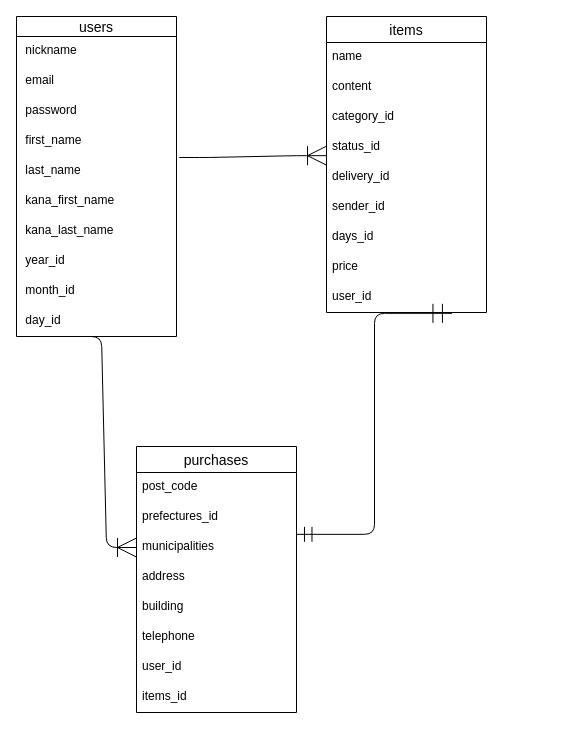
Above: furima.dio in YuyaAbe0331/furima-39120 (draw.io), before the change. Source tidied: cells renumbered, new cells numbered last; positions are measured from the earlier drawing's top-left corner, leaving out a move shared by most shapes. Both pictures are drawn from the tidied source at 100%, with x=0, y=0 at pixel (16, 16).
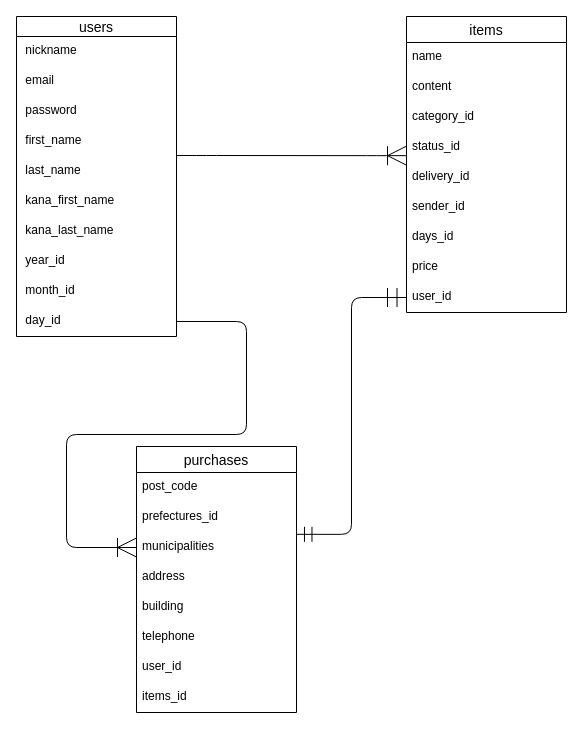
Above is the later version.

The change refers to these unchanged cells:
```xml
<mxCell id="7" value=" last_name " style="text;strokeColor=none;fillColor=none;spacingLeft=4;spacingRight=4;overflow=hidden;points=[[0,0.5],[1,0.5]];portConstraint=eastwest;fontSize=12;" parent="2" vertex="1">
  <mxGeometry y="140" width="160" height="30" as="geometry" />
</mxCell>
<mxCell id="12" value=" day_id" style="text;strokeColor=none;fillColor=none;spacingLeft=4;spacingRight=4;overflow=hidden;points=[[0,0.5],[1,0.5]];portConstraint=eastwest;fontSize=12;" parent="2" vertex="1">
  <mxGeometry y="290" width="160" height="30" as="geometry" />
</mxCell>
<mxCell id="15" value="content" style="text;strokeColor=none;fillColor=none;spacingLeft=4;spacingRight=4;overflow=hidden;points=[[0,0.5],[1,0.5]];portConstraint=eastwest;fontSize=12;" parent="13" vertex="1">
  <mxGeometry y="56" width="160" height="30" as="geometry" />
</mxCell>
<mxCell id="17" value="status_id" style="text;strokeColor=none;fillColor=none;spacingLeft=4;spacingRight=4;overflow=hidden;points=[[0,0.5],[1,0.5]];portConstraint=eastwest;fontSize=12;" parent="13" vertex="1">
  <mxGeometry y="116" width="160" height="30" as="geometry" />
</mxCell>
<mxCell id="22" value="user_id" style="text;strokeColor=none;fillColor=none;spacingLeft=4;spacingRight=4;overflow=hidden;points=[[0,0.5],[1,0.5]];portConstraint=eastwest;fontSize=12;" parent="13" vertex="1">
  <mxGeometry y="266" width="160" height="30" as="geometry" />
</mxCell>
<mxCell id="28" value="municipalities" style="text;strokeColor=none;fillColor=none;spacingLeft=4;spacingRight=4;overflow=hidden;points=[[0,0.5],[1,0.5]];portConstraint=eastwest;fontSize=12;" parent="25" vertex="1">
  <mxGeometry y="86" width="160" height="30" as="geometry" />
</mxCell>
```

Change to the diagram source:
```diff
@@
     <mxCell id="13" value="items" style="swimlane;fontStyle=0;horizontal=1;startSize=26;align=center;fontSize=14;" parent="1" vertex="1">
-      <mxGeometry x="310" width="160" height="296" as="geometry" />
+      <mxGeometry x="390" width="160" height="296" as="geometry" />
     </mxCell>
@@
-    <mxCell id="23" style="edgeStyle=none;html=1;exitX=0;exitY=0.5;exitDx=0;exitDy=0;" parent="1" edge="1" source="15">
-      <mxGeometry relative="1" as="geometry">
-        <mxPoint x="310" y="71" as="targetPoint" />
-      </mxGeometry>
-    </mxCell>
-    <mxCell id="24" style="edgeStyle=entityRelationEdgeStyle;fontSize=12;html=1;endArrow=ERoneToMany;exitX=1.017;exitY=0.033;exitDx=0;exitDy=0;exitPerimeter=0;entryX=0;entryY=0.772;entryDx=0;entryDy=0;entryPerimeter=0;endSize=17;" parent="1" edge="1" source="7" target="17">
-      <mxGeometry relative="1" as="geometry" />
+    <mxCell id="24" style="edgeStyle=entityRelationEdgeStyle;fontSize=12;html=1;endArrow=ERoneToMany;entryX=0;entryY=0.772;entryDx=0;entryDy=0;entryPerimeter=0;endSize=17;" parent="1" edge="1" target="17">
+      <mxGeometry relative="1" as="geometry">
+        <mxPoint x="160" y="139" as="sourcePoint" />
+      </mxGeometry>
     </mxCell>
@@
-    <mxCell id="34" style="edgeStyle=entityRelationEdgeStyle;fontSize=12;html=1;endArrow=ERoneToMany;endSize=17;entryX=0;entryY=0.5;entryDx=0;entryDy=0;" parent="1" edge="1" target="28">
+    <mxCell id="34" style="edgeStyle=orthogonalEdgeStyle;fontSize=12;html=1;endArrow=ERoneToMany;endSize=17;entryX=0;entryY=0.5;entryDx=0;entryDy=0;jumpStyle=none;exitX=1;exitY=0.5;exitDx=0;exitDy=0;" parent="1" edge="1" source="12" target="28">
       <mxGeometry relative="1" as="geometry">
-        <mxPoint x="55" y="320" as="sourcePoint" />
+        <Array as="points">
+          <mxPoint x="230" y="305" />
+          <mxPoint x="230" y="418" />
+          <mxPoint x="50" y="418" />
+          <mxPoint x="50" y="531" />
+        </Array>
       </mxGeometry>
     </mxCell>
-    <mxCell id="35" style="fontSize=12;html=1;endArrow=ERmandOne;startArrow=ERmandOne;endSize=17;entryX=0.784;entryY=1.028;entryDx=0;entryDy=0;entryPerimeter=0;startSize=13;edgeStyle=elbowEdgeStyle;exitX=1.003;exitY=0.061;exitDx=0;exitDy=0;exitPerimeter=0;" parent="1" edge="1" source="28" target="22">
+    <mxCell id="35" style="fontSize=12;html=1;endArrow=ERmandOne;startArrow=ERmandOne;endSize=17;entryX=0;entryY=0.5;entryDx=0;entryDy=0;startSize=13;edgeStyle=elbowEdgeStyle;exitX=1.003;exitY=0.061;exitDx=0;exitDy=0;exitPerimeter=0;" parent="1" edge="1" source="28" target="22">
       <mxGeometry relative="1" as="geometry" />
     </mxCell>
```
